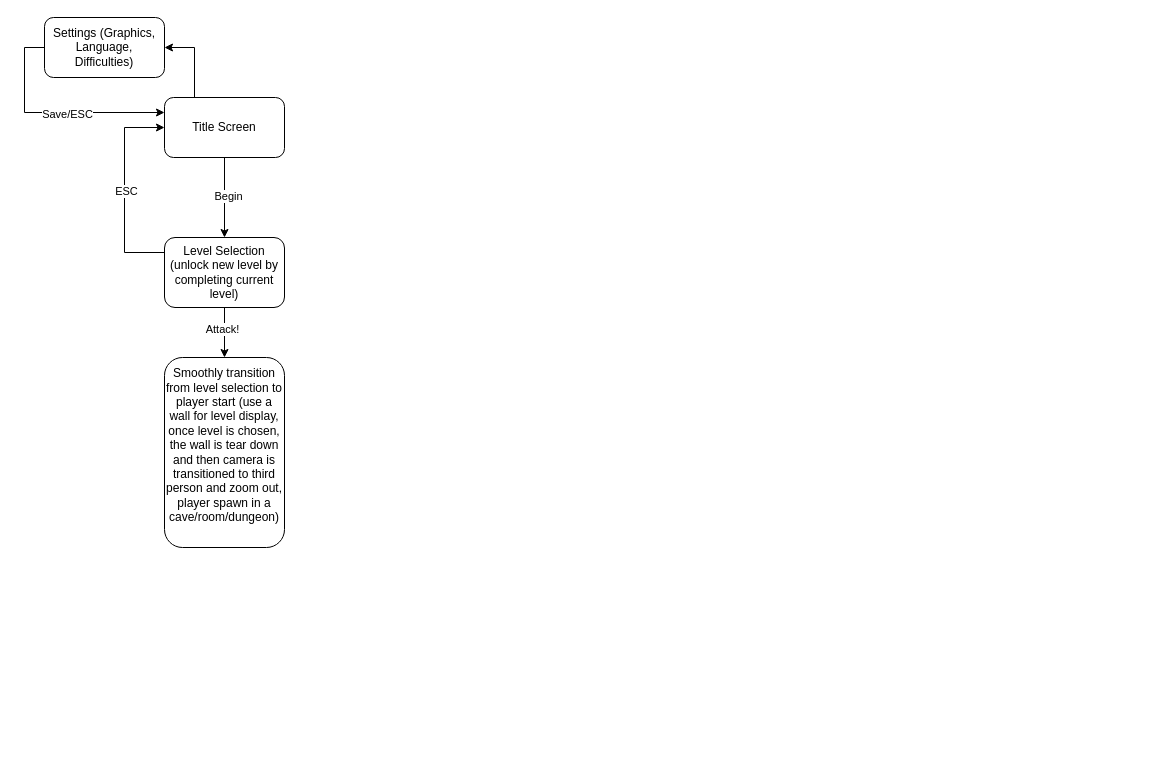
Earlier version of the draw.io diagram Untitled Diagram.drawio (songjian0127/HTML-). Source tidied: cells renumbered, new cells numbered last; positions are measured from the earlier drawing's top-left corner, leaving out a move shared by most shapes. Both pictures are drawn from the tidied source at 100%, with x=0, y=0 at pixel (44, 17).
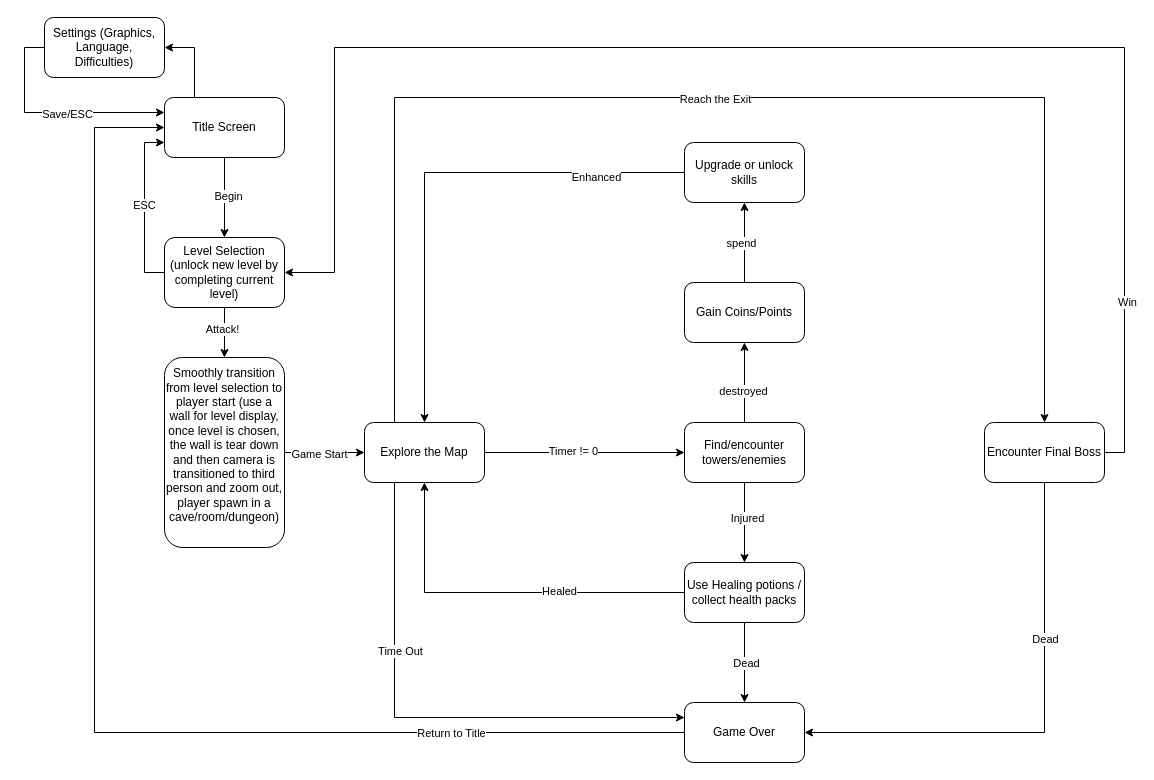
The same diagram, later.

The change refers to these unchanged cells:
```xml
<mxCell id="5" value="Title Screen" style="rounded=1;whiteSpace=wrap;html=1;" parent="1" vertex="1">
  <mxGeometry x="120" y="80" width="120" height="60" as="geometry" />
</mxCell>
<mxCell id="13" value="Level Selection&lt;br&gt;(unlock new level by completing current level)" style="rounded=1;whiteSpace=wrap;html=1;" parent="1" vertex="1">
  <mxGeometry x="120" y="220" width="120" height="70" as="geometry" />
</mxCell>
<mxCell id="14" value="Smoothly transition from level selection to player start (use a wall for level display, once level is chosen, the wall is tear down and then camera is transitioned to third person and zoom out, player spawn in a cave/room/dungeon)&lt;div&gt;&lt;br&gt;&lt;/div&gt;" style="whiteSpace=wrap;html=1;rounded=1;" parent="1" vertex="1">
  <mxGeometry x="120" y="340" width="120" height="190" as="geometry" />
</mxCell>
```

The edit, as a diff of the source:
```diff
@@
+    <mxCell id="11" style="edgeStyle=orthogonalEdgeStyle;rounded=0;jettySize=auto;html=1;exitX=0.5;exitY=1;exitDx=0;exitDy=0;" parent="1" edge="1" source="13" target="14">
+      <mxGeometry relative="1" as="geometry" />
+    </mxCell>
+    <mxCell id="12" value="Attack!" style="edgeLabel;html=1;align=center;verticalAlign=middle;" parent="11" vertex="1">
+      <mxGeometry x="-0.17" y="-3" relative="1" as="geometry" />
+    </mxCell>
-    <mxCell id="9" style="edgeStyle=orthogonalEdgeStyle;rounded=0;jettySize=auto;html=1;entryX=0;entryY=0.5;entryDx=0;entryDy=0;exitX=0;exitY=0.25;exitDx=0;exitDy=0;" parent="1" edge="1" source="13" target="5">
+    <mxCell id="9" style="edgeStyle=orthogonalEdgeStyle;rounded=0;jettySize=auto;html=1;entryX=0;entryY=0.75;entryDx=0;entryDy=0;" parent="1" edge="1" source="13" target="5">
       <mxGeometry relative="1" as="geometry">
         <Array as="points">
-          <mxPoint x="80" y="235" />
-          <mxPoint x="80" y="110" />
+          <mxPoint x="100" y="255" />
+          <mxPoint x="100" y="125" />
         </Array>
       </mxGeometry>
     </mxCell>
     <mxCell id="10" value="ESC" style="edgeLabel;html=1;align=center;verticalAlign=middle;" parent="9" vertex="1">
-      <mxGeometry y="-1" relative="1" as="geometry" />
+      <mxGeometry x="0.04" y="1" relative="1" as="geometry" />
     </mxCell>
-    <mxCell id="11" style="edgeStyle=orthogonalEdgeStyle;rounded=0;jettySize=auto;html=1;exitX=0.5;exitY=1;exitDx=0;exitDy=0;" parent="1" edge="1" source="13" target="14">
-      <mxGeometry relative="1" as="geometry" />
-    </mxCell>
-    <mxCell id="12" value="Attack!" style="edgeLabel;html=1;align=center;verticalAlign=middle;" parent="11" vertex="1">
-      <mxGeometry x="-0.17" y="-3" relative="1" as="geometry" />
-    </mxCell>
@@
+    <mxCell id="15" style="edgeStyle=orthogonalEdgeStyle;rounded=0;jettySize=auto;html=1;" parent="1" edge="1" source="14" target="23">
+      <mxGeometry relative="1" as="geometry" />
+    </mxCell>
+    <mxCell id="16" value="Game Start" style="edgeLabel;html=1;align=center;verticalAlign=middle;" parent="15" vertex="1">
+      <mxGeometry x="-0.14" y="-1" relative="1" as="geometry" />
+    </mxCell>
@@
+    <mxCell id="17" style="edgeStyle=orthogonalEdgeStyle;rounded=0;jettySize=auto;html=1;" parent="1" edge="1" source="23" target="28">
+      <mxGeometry relative="1" as="geometry" />
+    </mxCell>
+    <mxCell id="18" value="Timer != 0" style="edgeLabel;html=1;align=center;verticalAlign=middle;" parent="17" vertex="1">
+      <mxGeometry x="-0.12" y="2" relative="1" as="geometry" />
+    </mxCell>
+    <mxCell id="19" style="edgeStyle=orthogonalEdgeStyle;rounded=0;jettySize=auto;html=1;exitX=0.25;exitY=1;exitDx=0;exitDy=0;entryX=0;entryY=0.25;entryDx=0;entryDy=0;" parent="1" edge="1" source="23" target="42">
+      <mxGeometry relative="1" as="geometry" />
+    </mxCell>
+    <mxCell id="20" value="Time Out" style="edgeLabel;html=1;align=center;verticalAlign=middle;" parent="19" vertex="1">
+      <mxGeometry x="-0.36" y="5" relative="1" as="geometry" />
+    </mxCell>
+    <mxCell id="21" style="edgeStyle=orthogonalEdgeStyle;rounded=0;jettySize=auto;html=1;exitX=0.25;exitY=0;exitDx=0;exitDy=0;entryX=0.5;entryY=0;entryDx=0;entryDy=0;" parent="1" edge="1" source="23" target="47">
+      <mxGeometry relative="1" as="geometry">
+        <Array as="points">
+          <mxPoint x="350" y="80" />
+          <mxPoint x="1000" y="80" />
+        </Array>
+      </mxGeometry>
+    </mxCell>
+    <mxCell id="22" value="Reach the Exit" style="edgeLabel;html=1;align=center;verticalAlign=middle;" parent="21" vertex="1">
+      <mxGeometry x="-0.01" y="-1" relative="1" as="geometry">
+        <mxPoint x="1" as="offset" />
+      </mxGeometry>
+    </mxCell>
+    <mxCell id="23" value="Explore the Map" style="whiteSpace=wrap;html=1;rounded=1;" parent="1" vertex="1">
+      <mxGeometry x="320" y="405" width="120" height="60" as="geometry" />
+    </mxCell>
+    <mxCell id="24" style="edgeStyle=orthogonalEdgeStyle;rounded=0;jettySize=auto;html=1;" parent="1" edge="1" source="28" target="31">
+      <mxGeometry relative="1" as="geometry" />
+    </mxCell>
+    <mxCell id="25" value="destroyed" style="edgeLabel;html=1;align=center;verticalAlign=middle;" parent="24" vertex="1">
+      <mxGeometry x="-0.2" y="2" relative="1" as="geometry" />
+    </mxCell>
+    <mxCell id="26" style="edgeStyle=orthogonalEdgeStyle;rounded=0;jettySize=auto;html=1;" parent="1" edge="1" source="28" target="39">
+      <mxGeometry relative="1" as="geometry" />
+    </mxCell>
+    <mxCell id="27" value="Injured" style="edgeLabel;html=1;align=center;verticalAlign=middle;" parent="26" vertex="1">
+      <mxGeometry x="-0.12" y="2" relative="1" as="geometry" />
+    </mxCell>
+    <mxCell id="28" value="Find/encounter towers/enemies" style="whiteSpace=wrap;html=1;rounded=1;" parent="1" vertex="1">
+      <mxGeometry x="640" y="405" width="120" height="60" as="geometry" />
+    </mxCell>
+    <mxCell id="29" style="edgeStyle=orthogonalEdgeStyle;rounded=0;jettySize=auto;html=1;" parent="1" edge="1" source="31" target="34">
+      <mxGeometry relative="1" as="geometry" />
+    </mxCell>
+    <mxCell id="30" value="spend" style="edgeLabel;html=1;align=center;verticalAlign=middle;" parent="29" vertex="1">
+      <mxGeometry x="-0.01" y="4" relative="1" as="geometry" />
+    </mxCell>
+    <mxCell id="31" value="Gain Coins/Points" style="whiteSpace=wrap;html=1;rounded=1;" parent="1" vertex="1">
+      <mxGeometry x="640" y="265" width="120" height="60" as="geometry" />
+    </mxCell>
+    <mxCell id="32" style="edgeStyle=orthogonalEdgeStyle;rounded=0;jettySize=auto;html=1;entryX=0.5;entryY=0;entryDx=0;entryDy=0;" parent="1" edge="1" source="34" target="23">
+      <mxGeometry relative="1" as="geometry" />
+    </mxCell>
+    <mxCell id="33" value="Enhanced" style="edgeLabel;html=1;align=center;verticalAlign=middle;" parent="32" vertex="1">
+      <mxGeometry x="-0.65" y="4" relative="1" as="geometry" />
+    </mxCell>
+    <mxCell id="34" value="Upgrade or unlock skills" style="whiteSpace=wrap;html=1;rounded=1;" parent="1" vertex="1">
+      <mxGeometry x="640" y="125" width="120" height="60" as="geometry" />
+    </mxCell>
+    <mxCell id="35" style="edgeStyle=orthogonalEdgeStyle;rounded=0;jettySize=auto;html=1;" parent="1" edge="1" source="39" target="42">
+      <mxGeometry relative="1" as="geometry" />
+    </mxCell>
+    <mxCell id="36" value="Dead" style="edgeLabel;html=1;align=center;verticalAlign=middle;" parent="35" vertex="1">
+      <mxGeometry x="0.01" y="1" relative="1" as="geometry" />
+    </mxCell>
+    <mxCell id="37" style="edgeStyle=orthogonalEdgeStyle;rounded=0;jettySize=auto;html=1;entryX=0.5;entryY=1;entryDx=0;entryDy=0;" parent="1" edge="1" source="39" target="23">
+      <mxGeometry relative="1" as="geometry" />
+    </mxCell>
+    <mxCell id="38" value="Healed" style="edgeLabel;html=1;align=center;verticalAlign=middle;" parent="37" vertex="1">
+      <mxGeometry x="-0.32" y="-2" relative="1" as="geometry" />
+    </mxCell>
+    <mxCell id="39" value="Use Healing potions / collect health packs" style="whiteSpace=wrap;html=1;rounded=1;" parent="1" vertex="1">
+      <mxGeometry x="640" y="545" width="120" height="60" as="geometry" />
+    </mxCell>
+    <mxCell id="40" style="edgeStyle=orthogonalEdgeStyle;rounded=0;jettySize=auto;html=1;entryX=0;entryY=0.5;entryDx=0;entryDy=0;" parent="1" edge="1" source="42" target="5">
+      <mxGeometry relative="1" as="geometry">
+        <Array as="points">
+          <mxPoint x="50" y="715" />
+          <mxPoint x="50" y="110" />
+        </Array>
+      </mxGeometry>
+    </mxCell>
+    <mxCell id="41" value="Return to Title" style="edgeLabel;html=1;align=center;verticalAlign=middle;" parent="40" vertex="1">
+      <mxGeometry x="-0.63" relative="1" as="geometry" />
+    </mxCell>
+    <mxCell id="42" value="Game Over" style="whiteSpace=wrap;html=1;rounded=1;" parent="1" vertex="1">
+      <mxGeometry x="640" y="685" width="120" height="60" as="geometry" />
+    </mxCell>
+    <mxCell id="43" style="edgeStyle=orthogonalEdgeStyle;rounded=0;jettySize=auto;html=1;entryX=1;entryY=0.5;entryDx=0;entryDy=0;" parent="1" edge="1" source="47" target="42">
+      <mxGeometry relative="1" as="geometry">
+        <Array as="points">
+          <mxPoint x="1000" y="715" />
+        </Array>
+      </mxGeometry>
+    </mxCell>
+    <mxCell id="44" value="Dead" style="edgeLabel;html=1;align=center;verticalAlign=middle;" parent="43" vertex="1">
+      <mxGeometry x="-0.85" y="-1" relative="1" as="geometry">
+        <mxPoint x="1" y="119" as="offset" />
+      </mxGeometry>
+    </mxCell>
+    <mxCell id="45" style="edgeStyle=orthogonalEdgeStyle;rounded=0;jettySize=auto;html=1;exitX=1;exitY=0.5;exitDx=0;exitDy=0;entryX=1;entryY=0.5;entryDx=0;entryDy=0;" parent="1" edge="1" source="47" target="13">
+      <mxGeometry relative="1" as="geometry">
+        <Array as="points">
+          <mxPoint x="1080" y="435" />
+          <mxPoint x="1080" y="30" />
+          <mxPoint x="290" y="30" />
+          <mxPoint x="290" y="255" />
+        </Array>
+      </mxGeometry>
+    </mxCell>
+    <mxCell id="46" value="Win" style="edgeLabel;html=1;align=center;verticalAlign=middle;" parent="45" vertex="1">
+      <mxGeometry x="-0.77" y="-2" relative="1" as="geometry" />
+    </mxCell>
+    <mxCell id="47" value="Encounter Final Boss" style="whiteSpace=wrap;html=1;rounded=1;" parent="1" vertex="1">
+      <mxGeometry x="940" y="405" width="120" height="60" as="geometry" />
+    </mxCell>
```
